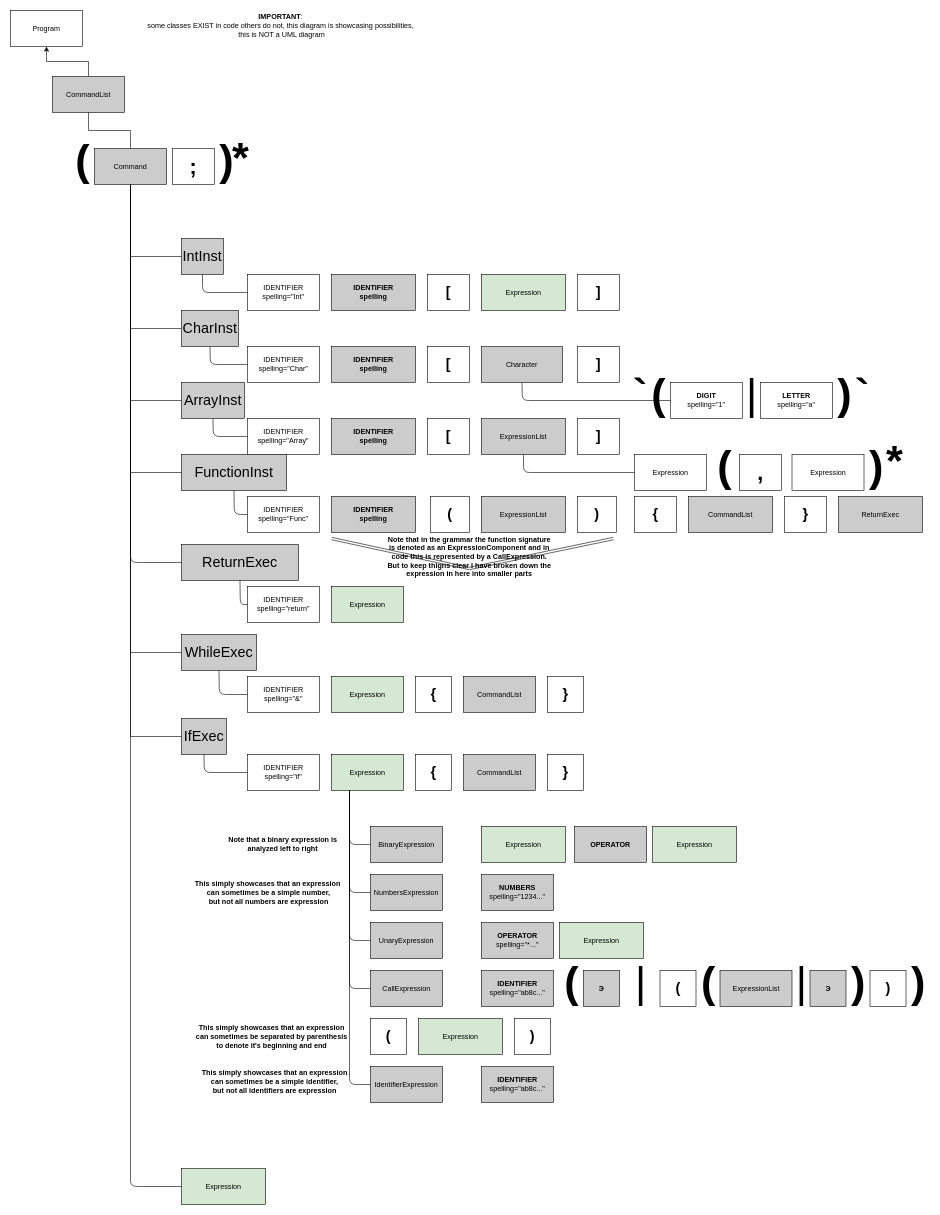
This is Assignments/EST Diagram WIP.drawio from mungiu/CMC, a draw.io file, before an edit. Source tidied: cells renumbered, new cells numbered last; positions are measured from the earlier drawing's top-left corner, leaving out a move shared by most shapes. Both pictures are drawn from the tidied source at 60%, with x=0, y=0 at pixel (10, 10).
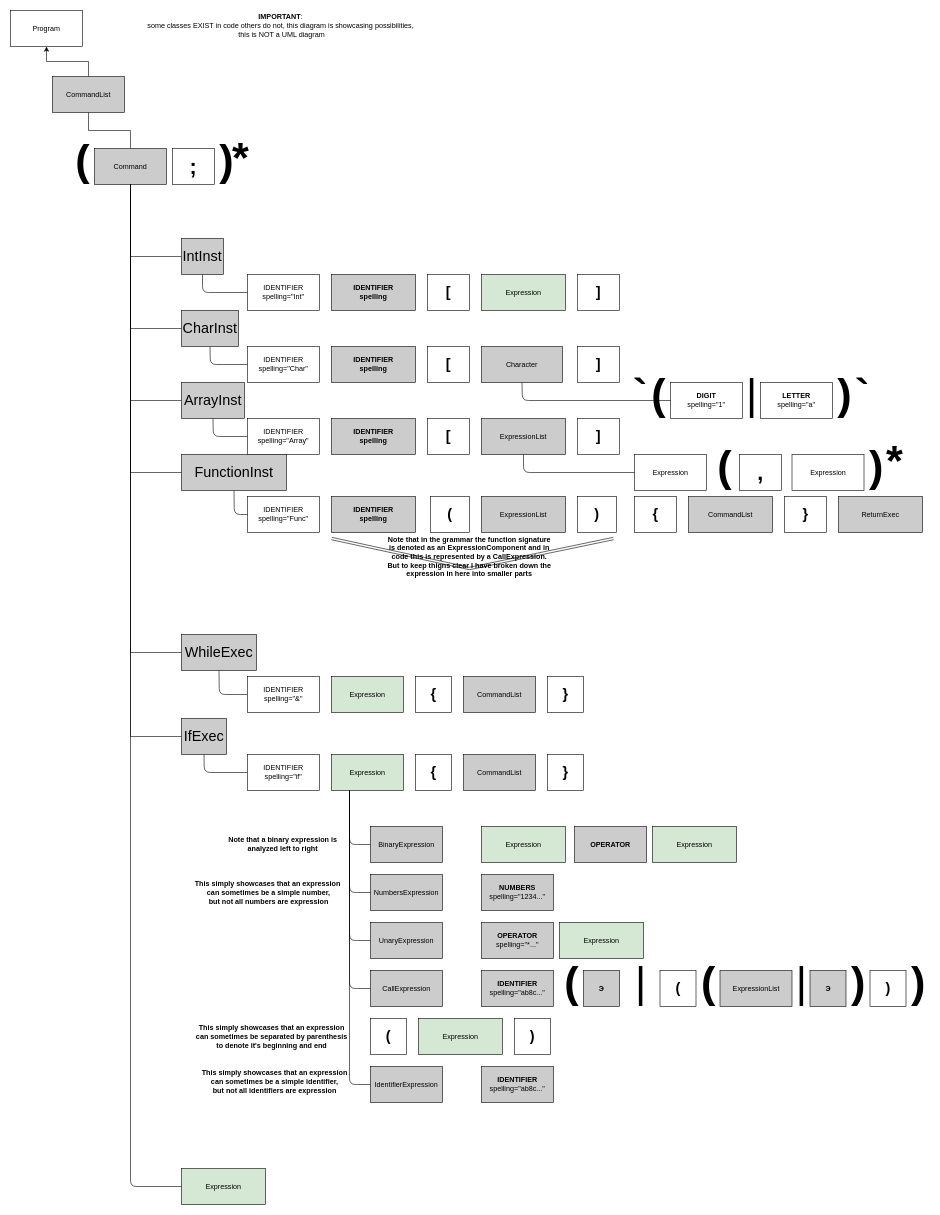
Above is the later version.

The change refers to these unchanged cells:
```xml
<mxCell id="8" value="Command" style="rounded=0;whiteSpace=wrap;html=1;fontStyle=0;fillColor=#CCCCCC;" parent="1" vertex="1">
  <mxGeometry x="140" y="230" width="120" height="60" as="geometry" />
</mxCell>
```

Change to the diagram source:
```diff
@@
-    <mxCell id="27" value="&lt;font style=&quot;font-size: 24px&quot;&gt;ReturnExec&lt;/font&gt;" style="rounded=0;whiteSpace=wrap;html=1;fontStyle=0;fillColor=#CCCCCC;" parent="1" vertex="1">
-      <mxGeometry x="285" y="890" width="195" height="60" as="geometry" />
-    </mxCell>
-    <mxCell id="28" style="endArrow=none;html=1;exitX=0;exitY=0.5;exitDx=0;exitDy=0;entryX=0.5;entryY=1;entryDx=0;entryDy=0;" parent="1" edge="1" source="27" target="8">
-      <mxGeometry relative="1" as="geometry">
-        <Array as="points">
-          <mxPoint x="200" y="920" />
-        </Array>
-      </mxGeometry>
-    </mxCell>
@@
-    <mxCell id="78" value="Expression" style="rounded=0;whiteSpace=wrap;html=1;fontStyle=0;fillColor=#D5E8D4;" parent="1" vertex="1">
-      <mxGeometry x="535" y="960" width="120" height="60" as="geometry" />
-    </mxCell>
@@
-    <mxCell id="91" value="&lt;span&gt;IDENTIFIER&lt;/span&gt;&lt;br&gt;&lt;span&gt;spelling=&quot;return&quot;&lt;/span&gt;" style="rounded=0;whiteSpace=wrap;html=1;" parent="1" vertex="1">
-      <mxGeometry x="395" y="960" width="120" height="60" as="geometry" />
-    </mxCell>
-    <mxCell id="92" style="endArrow=none;html=1;entryX=0.5;entryY=1;entryDx=0;entryDy=0;exitX=0;exitY=0.5;exitDx=0;exitDy=0;" parent="1" edge="1" source="91" target="27">
-      <mxGeometry relative="1" as="geometry">
-        <Array as="points">
-          <mxPoint x="383" y="990" />
-        </Array>
-      </mxGeometry>
-    </mxCell>
```
